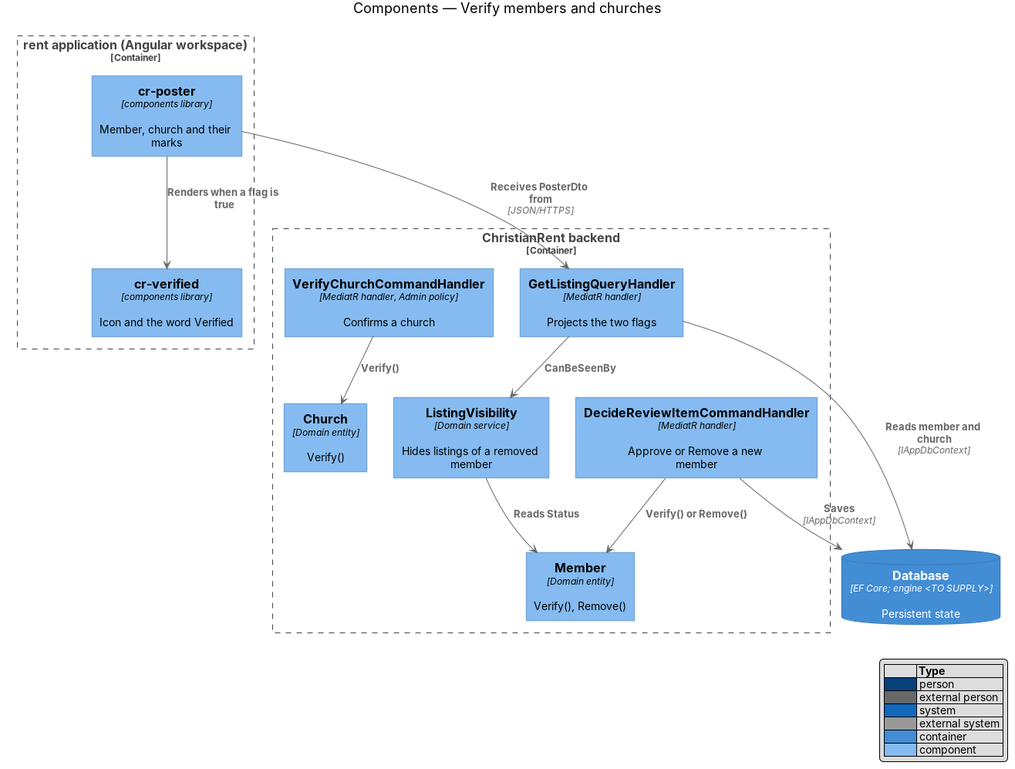
This is docs/detailed-designs/members/verify-members-and-churches/diagrams/c4-component.png from QuinntyneBrown/christian-rent, a PlantUML export, as it was before one commit. Its source is kept beside it as docs/detailed-designs/members/verify-members-and-churches/diagrams/c4-component.puml. The source it was exported from:
```plantuml
@startuml
!include <C4/C4_Component>
LAYOUT_WITH_LEGEND()
title Components — Verify members and churches

Container_Boundary(spa, "rent application (Angular workspace)") {
  Component(poster, "cr-poster", "components library", "Member, church and their marks")
  Component(mark, "cr-verified", "components library", "Icon and the word Verified")
}
Container_Boundary(api, "ChristianRent backend") {
  Component(dec, "DecideReviewItemCommandHandler", "MediatR handler", "Approve or Remove a new member")
  Component(vch, "VerifyChurchCommandHandler", "MediatR handler, Admin policy", "Confirms a church")
  Component(get, "GetListingQueryHandler", "MediatR handler", "Projects the two flags")
  Component(vis, "ListingVisibility", "Domain service", "Hides listings of a removed member")
  Component(member, "Member", "Domain entity", "Verify(), Remove()")
  Component(church, "Church", "Domain entity", "Verify()")
}
ContainerDb(db, "Database", "EF Core; engine <TO SUPPLY>", "Persistent state")
Rel(poster, mark, "Renders when a flag is true")
Rel(poster, get, "Receives PosterDto from", "JSON/HTTPS")
Rel(dec, member, "Verify() or Remove()")
Rel(vch, church, "Verify()")
Rel(get, vis, "CanBeSeenBy")
Rel(vis, member, "Reads Status")
Rel(get, db, "Reads member and church", "IAppDbContext")
Rel(dec, db, "Saves", "IAppDbContext")
@enduml
```
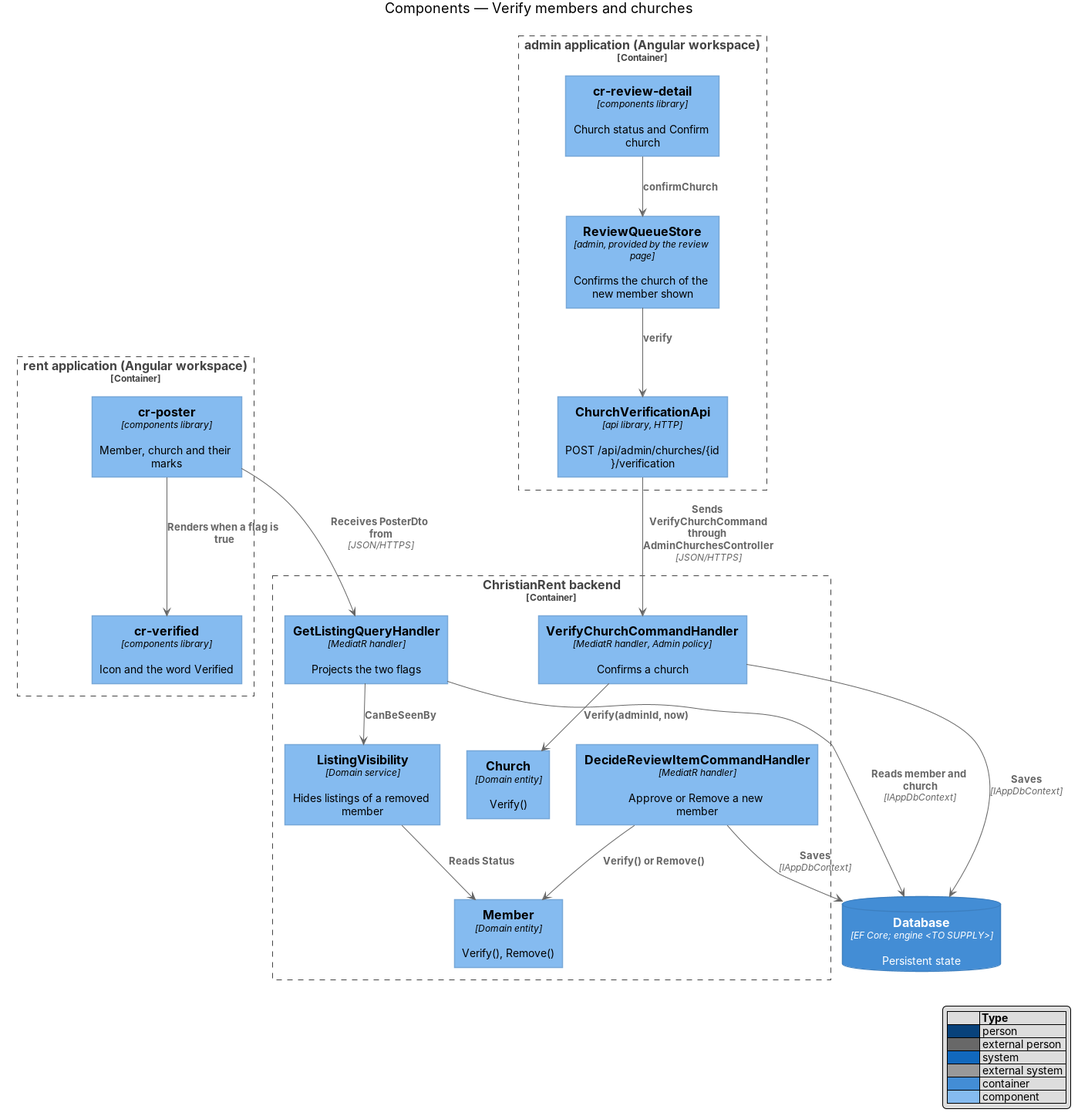
Later version of the same file.

The edit, as a diff of the source:
```diff
@@ -6,6 +6,11 @@
 Container_Boundary(spa, "rent application (Angular workspace)") {
   Component(poster, "cr-poster", "components library", "Member, church and their marks")
   Component(mark, "cr-verified", "components library", "Icon and the word Verified")
+}
+Container_Boundary(admin, "admin application (Angular workspace)") {
+  Component(store, "ReviewQueueStore", "admin, provided by the review page", "Confirms the church of the new member shown")
+  Component(detail, "cr-review-detail", "components library", "Church status and Confirm church")
+  Component(client, "ChurchVerificationApi", "api library, HTTP", "POST /api/admin/churches/{id}/verification")
 }
 Container_Boundary(api, "ChristianRent backend") {
   Component(dec, "DecideReviewItemCommandHandler", "MediatR handler", "Approve or Remove a new member")
@@ -19,7 +24,11 @@
 Rel(poster, mark, "Renders when a flag is true")
 Rel(poster, get, "Receives PosterDto from", "JSON/HTTPS")
 Rel(dec, member, "Verify() or Remove()")
-Rel(vch, church, "Verify()")
+Rel(vch, church, "Verify(adminId, now)")
+Rel(detail, store, "confirmChurch")
+Rel(store, client, "verify")
+Rel(client, vch, "Sends VerifyChurchCommand through AdminChurchesController", "JSON/HTTPS")
+Rel(vch, db, "Saves", "IAppDbContext")
 Rel(get, vis, "CanBeSeenBy")
 Rel(vis, member, "Reads Status")
 Rel(get, db, "Reads member and church", "IAppDbContext")
```
